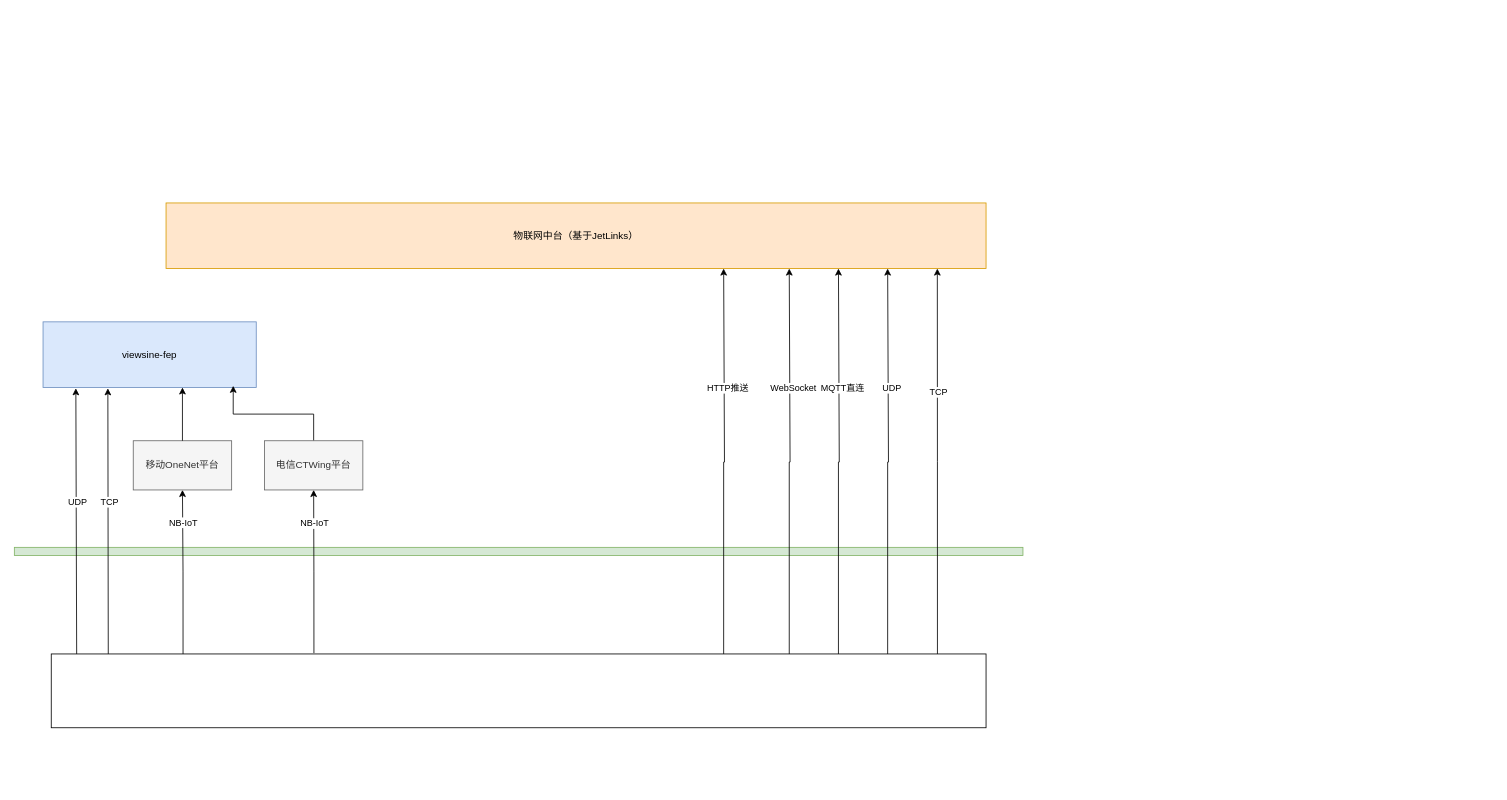
This is D20241127001.drawio from NickZhang1024/drawio-res, a draw.io file, before an edit. Source tidied: cells renumbered, new cells numbered last; positions are measured from the earlier drawing's top-left corner, leaving out a move shared by most shapes. Both pictures are drawn from the tidied source at 82%, with x=0, y=0 at pixel (14, 203).
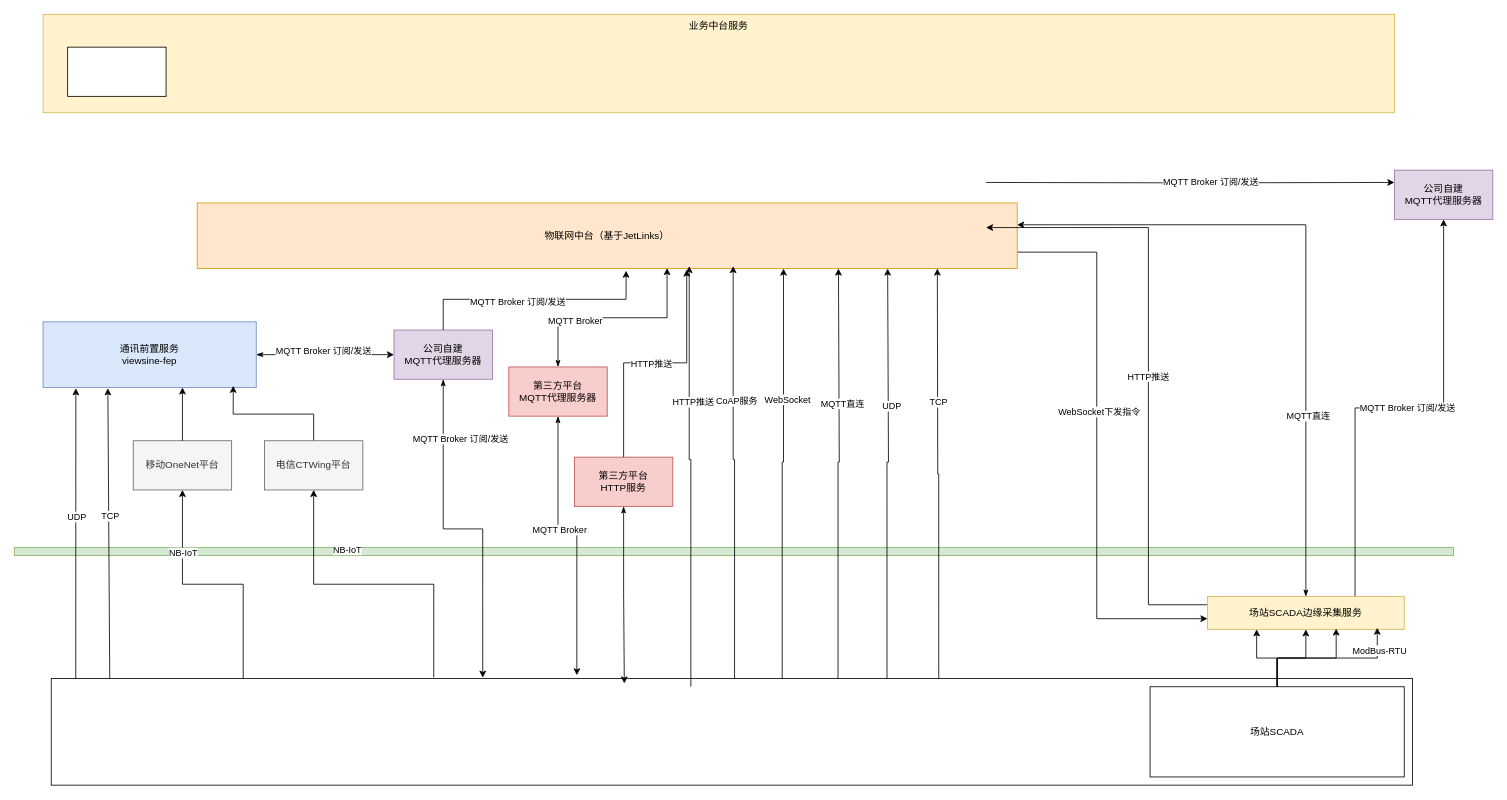
The same diagram, later.

What changed in the source:
```diff
@@
     <mxCell id="2" style="rounded=0;whiteSpace=wrap;html=1;fillColor=#d5e8d4;strokeColor=#82b366;" parent="1" vertex="1">
-      <mxGeometry y="420" width="1230" height="10" as="geometry" />
+      <mxGeometry y="420" width="1755" height="10" as="geometry" />
     </mxCell>
+    <mxCell id="29" style="edgeStyle=orthogonalEdgeStyle;rounded=0;jettySize=auto;html=1;exitX=1;exitY=0.5;exitDx=0;exitDy=0;entryX=0;entryY=0.5;entryDx=0;entryDy=0;startArrow=classicThin;startFill=1;" parent="1" edge="1" source="3" target="51">
+      <mxGeometry relative="1" as="geometry" />
+    </mxCell>
+    <mxCell id="30" value="MQTT Broker 订阅/发送" style="edgeLabel;html=1;align=center;verticalAlign=middle;" parent="29" vertex="1">
+      <mxGeometry x="-0.09" y="-3" relative="1" as="geometry">
+        <mxPoint x="5" y="-8" as="offset" />
+      </mxGeometry>
+    </mxCell>
-    <mxCell id="3" value="viewsine-fep" style="rounded=0;whiteSpace=wrap;html=1;fillColor=#dae8fc;strokeColor=#6c8ebf;" parent="1" vertex="1">
+    <mxCell id="3" value="&lt;div&gt;通讯前置服务&lt;/div&gt;viewsine-fep" style="rounded=0;whiteSpace=wrap;html=1;fillColor=#dae8fc;strokeColor=#6c8ebf;" parent="1" vertex="1">
       <mxGeometry x="35" y="145" width="260" height="80" as="geometry" />
     </mxCell>
@@
+    <mxCell id="31" style="edgeStyle=orthogonalEdgeStyle;rounded=0;orthogonalLoop=1;jettySize=auto;html=1;exitX=1;exitY=0.25;exitDx=0;exitDy=0;" parent="1" edge="1">
+      <mxGeometry relative="1" as="geometry">
+        <mxPoint x="1185" y="37" as="sourcePoint" />
+        <mxPoint x="1455" y="507" as="targetPoint" />
+        <Array as="points">
+          <mxPoint x="1185" y="60" />
+          <mxPoint x="1320" y="60" />
+          <mxPoint x="1320" y="507" />
+        </Array>
+      </mxGeometry>
+    </mxCell>
+    <mxCell id="32" value="WebSocket下发指令" style="edgeLabel;html=1;align=center;verticalAlign=middle;" parent="31" vertex="1">
+      <mxGeometry x="-0.05" y="2" relative="1" as="geometry" />
+    </mxCell>
+    <mxCell id="33" style="edgeStyle=orthogonalEdgeStyle;rounded=0;jettySize=auto;html=1;entryX=0;entryY=0.25;entryDx=0;entryDy=0;" parent="1" edge="1" target="48">
+      <mxGeometry relative="1" as="geometry">
+        <mxPoint x="1185" y="-25" as="sourcePoint" />
+      </mxGeometry>
+    </mxCell>
+    <mxCell id="34" value="MQTT Broker 订阅/发送" style="edgeLabel;html=1;align=center;verticalAlign=middle;" parent="33" vertex="1">
+      <mxGeometry x="0.1" y="1" relative="1" as="geometry" />
+    </mxCell>
     <mxCell id="13" value="物联网中台（基于JetLinks）" style="rounded=0;whiteSpace=wrap;html=1;fillColor=#ffe6cc;strokeColor=#d79b00;" parent="1" vertex="1">
-      <mxGeometry x="185" width="1000" height="80" as="geometry" />
+      <mxGeometry x="223" width="1000" height="80" as="geometry" />
     </mxCell>
-    <mxCell id="14" style="endArrow=classic;html=1;rounded=0;entryX=0.304;entryY=1.013;entryDx=0;entryDy=0;entryPerimeter=0;exitX=0.061;exitY=0;exitDx=0;exitDy=0;exitPerimeter=0;" parent="1" edge="1" source="16" target="3">
+    <mxCell id="14" style="endArrow=classic;html=1;rounded=0;entryX=0.304;entryY=1.013;entryDx=0;entryDy=0;entryPerimeter=0;exitX=0.043;exitY=0.056;exitDx=0;exitDy=0;exitPerimeter=0;" parent="1" edge="1" source="16" target="3">
       <mxGeometry relative="1" as="geometry" />
     </mxCell>
@@
-    <mxCell id="16" value="&lt;div style=&quot;direction: rtl;&quot;&gt;&lt;br&gt;&lt;/div&gt;" style="rounded=0;whiteSpace=wrap;html=1;align=left;" parent="1" vertex="1">
-      <mxGeometry x="45" y="550" width="1140" height="90" as="geometry" />
-    </mxCell>
-    <mxCell id="17" style="endArrow=classic;html=1;rounded=0;entryX=0.304;entryY=1.013;entryDx=0;entryDy=0;entryPerimeter=0;exitX=0.061;exitY=0;exitDx=0;exitDy=0;exitPerimeter=0;" parent="1" edge="1">
+    <mxCell id="17" style="endArrow=classic;html=1;rounded=0;entryX=0.304;entryY=1.013;entryDx=0;entryDy=0;entryPerimeter=0;exitX=0.018;exitY=0.083;exitDx=0;exitDy=0;exitPerimeter=0;" parent="1" edge="1" source="16">
       <mxGeometry relative="1" as="geometry">
-        <mxPoint x="76" y="550" as="sourcePoint" />
         <mxPoint x="75" y="226" as="targetPoint" />
       </mxGeometry>
     </mxCell>
@@
-    <mxCell id="19" style="edgeStyle=orthogonalEdgeStyle;rounded=0;jettySize=auto;html=1;entryX=0.472;entryY=1.038;entryDx=0;entryDy=0;entryPerimeter=0;exitX=0.948;exitY=0;exitDx=0;exitDy=0;exitPerimeter=0;" parent="1" edge="1" source="16">
+    <mxCell id="19" style="edgeStyle=orthogonalEdgeStyle;rounded=0;jettySize=auto;html=1;entryX=0.472;entryY=1.038;entryDx=0;entryDy=0;entryPerimeter=0;exitX=0.652;exitY=0.056;exitDx=0;exitDy=0;exitPerimeter=0;" parent="1" edge="1" source="16">
       <mxGeometry relative="1" as="geometry">
         <mxPoint x="1125.6" y="80" as="targetPoint" />
       </mxGeometry>
     </mxCell>
@@
-    <mxCell id="21" style="edgeStyle=orthogonalEdgeStyle;rounded=0;orthogonalLoop=1;jettySize=auto;html=1;entryX=0.474;entryY=1.013;entryDx=0;entryDy=0;entryPerimeter=0;" parent="1" edge="1">
+    <mxCell id="21" style="edgeStyle=orthogonalEdgeStyle;rounded=0;jettySize=auto;html=1;entryX=0.474;entryY=1.013;entryDx=0;entryDy=0;entryPerimeter=0;exitX=0.614;exitY=0.15;exitDx=0;exitDy=0;exitPerimeter=0;" parent="1" edge="1" source="16">
       <mxGeometry relative="1" as="geometry">
-        <mxPoint x="1065" y="550" as="sourcePoint" />
         <mxPoint x="1065" y="80" as="targetPoint" />
         <Array as="points">
-          <mxPoint x="1065" y="316" />
+          <mxPoint x="1064" y="316" />
           <mxPoint x="1066" y="316" />
         </Array>
       </mxGeometry>
     </mxCell>
@@
-    <mxCell id="23" style="edgeStyle=orthogonalEdgeStyle;rounded=0;orthogonalLoop=1;jettySize=auto;html=1;entryX=0.474;entryY=1.013;entryDx=0;entryDy=0;entryPerimeter=0;" parent="1" edge="1">
+    <mxCell id="23" style="edgeStyle=orthogonalEdgeStyle;rounded=0;jettySize=auto;html=1;entryX=0.474;entryY=1.013;entryDx=0;entryDy=0;entryPerimeter=0;exitX=0.578;exitY=0.1;exitDx=0;exitDy=0;exitPerimeter=0;" parent="1" edge="1" source="16">
       <mxGeometry relative="1" as="geometry">
-        <mxPoint x="1005" y="550" as="sourcePoint" />
         <mxPoint x="1005" y="80" as="targetPoint" />
         <Array as="points">
           <mxPoint x="1005" y="316" />
           <mxPoint x="1006" y="316" />
         </Array>
       </mxGeometry>
     </mxCell>
@@
-    <mxCell id="25" style="edgeStyle=orthogonalEdgeStyle;rounded=0;orthogonalLoop=1;jettySize=auto;html=1;entryX=0.474;entryY=1.013;entryDx=0;entryDy=0;entryPerimeter=0;" parent="1" edge="1">
+    <mxCell id="25" style="edgeStyle=orthogonalEdgeStyle;rounded=0;jettySize=auto;html=1;entryX=0.474;entryY=1.013;entryDx=0;entryDy=0;entryPerimeter=0;exitX=0.537;exitY=0.017;exitDx=0;exitDy=0;exitPerimeter=0;" parent="1" edge="1" source="16">
       <mxGeometry relative="1" as="geometry">
-        <mxPoint x="945" y="550" as="sourcePoint" />
-        <mxPoint x="945" y="80" as="targetPoint" />
+        <mxPoint x="938" y="80" as="targetPoint" />
         <Array as="points">
-          <mxPoint x="945" y="316" />
-          <mxPoint x="946" y="316" />
+          <mxPoint x="936" y="316" />
+          <mxPoint x="938" y="316" />
         </Array>
       </mxGeometry>
     </mxCell>
@@
-    <mxCell id="27" style="edgeStyle=orthogonalEdgeStyle;rounded=0;orthogonalLoop=1;jettySize=auto;html=1;entryX=0.474;entryY=1.013;entryDx=0;entryDy=0;entryPerimeter=0;" parent="1" edge="1">
+    <mxCell id="27" style="edgeStyle=orthogonalEdgeStyle;rounded=0;orthogonalLoop=1;jettySize=auto;html=1;entryX=0.474;entryY=1.013;entryDx=0;entryDy=0;entryPerimeter=0;exitX=0.495;exitY=0.1;exitDx=0;exitDy=0;exitPerimeter=0;" parent="1" edge="1">
       <mxGeometry relative="1" as="geometry">
-        <mxPoint x="865" y="550" as="sourcePoint" />
-        <mxPoint x="865" y="80" as="targetPoint" />
+        <mxPoint x="878.3" y="590" as="sourcePoint" />
+        <mxPoint x="876.6" y="77" as="targetPoint" />
         <Array as="points">
-          <mxPoint x="865" y="316" />
-          <mxPoint x="866" y="316" />
+          <mxPoint x="878.6" y="313" />
+          <mxPoint x="876.6" y="313" />
         </Array>
       </mxGeometry>
     </mxCell>
-    <mxCell id="28" value="HTTP推送" style="edgeLabel;html=1;align=center;verticalAlign=middle;" parent="27" vertex="1">
+    <mxCell id="28" value="CoAP服务" style="edgeLabel;html=1;align=center;verticalAlign=middle;" parent="27" vertex="1">
       <mxGeometry x="0.15" y="-4" relative="1" as="geometry">
         <mxPoint y="-54" as="offset" />
       </mxGeometry>
     </mxCell>
+    <mxCell id="35" style="edgeStyle=orthogonalEdgeStyle;rounded=0;orthogonalLoop=1;jettySize=auto;html=1;entryX=1;entryY=0.5;entryDx=0;entryDy=0;" parent="1" edge="1">
+      <mxGeometry relative="1" as="geometry">
+        <mxPoint x="1455" y="490" as="sourcePoint" />
+        <mxPoint x="1185" y="30" as="targetPoint" />
+        <Array as="points">
+          <mxPoint x="1383" y="490" />
+          <mxPoint x="1383" y="30" />
+        </Array>
+      </mxGeometry>
+    </mxCell>
+    <mxCell id="36" value="HTTP推送" style="edgeLabel;html=1;align=center;verticalAlign=middle;" parent="35" vertex="1">
+      <mxGeometry x="0.17" y="1" relative="1" as="geometry">
+        <mxPoint y="76" as="offset" />
+      </mxGeometry>
+    </mxCell>
+    <mxCell id="37" style="edgeStyle=orthogonalEdgeStyle;rounded=0;jettySize=auto;html=1;exitX=0.75;exitY=0;exitDx=0;exitDy=0;" parent="1" edge="1" source="39" target="48">
+      <mxGeometry relative="1" as="geometry" />
+    </mxCell>
+    <mxCell id="38" value="MQTT Broker 订阅/发送" style="edgeLabel;html=1;align=center;verticalAlign=middle;" parent="37" vertex="1">
+      <mxGeometry x="0.03" y="1" relative="1" as="geometry" />
+    </mxCell>
+    <mxCell id="39" value="场站SCADA边缘采集服务" style="rounded=0;whiteSpace=wrap;html=1;fillColor=#fff2cc;strokeColor=#d6b656;" parent="1" vertex="1">
+      <mxGeometry x="1455" y="480" width="240" height="40" as="geometry" />
+    </mxCell>
+    <mxCell id="16" value="&lt;div style=&quot;direction: rtl;&quot;&gt;&lt;br&gt;&lt;/div&gt;" style="rounded=0;whiteSpace=wrap;html=1;align=left;" parent="1" vertex="1">
+      <mxGeometry x="45" y="580" width="1660" height="130" as="geometry" />
+    </mxCell>
+    <mxCell id="40" style="edgeStyle=orthogonalEdgeStyle;rounded=0;jettySize=auto;html=1;entryX=0.863;entryY=0.95;entryDx=0;entryDy=0;entryPerimeter=0;" parent="1" edge="1" source="43" target="39">
+      <mxGeometry relative="1" as="geometry" />
+    </mxCell>
+    <mxCell id="41" value="ModBus-RTU" style="edgeLabel;html=1;align=center;verticalAlign=middle;" parent="40" vertex="1">
+      <mxGeometry x="0.72" y="-2" relative="1" as="geometry" />
+    </mxCell>
+    <mxCell id="42" style="edgeStyle=orthogonalEdgeStyle;rounded=0;jettySize=auto;html=1;entryX=0.25;entryY=1;entryDx=0;entryDy=0;" parent="1" edge="1" source="43" target="39">
+      <mxGeometry relative="1" as="geometry" />
+    </mxCell>
+    <mxCell id="43" value="场站SCADA" style="rounded=0;whiteSpace=wrap;html=1;" parent="1" vertex="1">
+      <mxGeometry x="1385" y="590" width="310" height="110" as="geometry" />
+    </mxCell>
+    <mxCell id="44" style="edgeStyle=orthogonalEdgeStyle;rounded=0;jettySize=auto;html=1;entryX=0.654;entryY=0.975;entryDx=0;entryDy=0;entryPerimeter=0;" parent="1" edge="1" source="43" target="39">
+      <mxGeometry relative="1" as="geometry" />
+    </mxCell>
+    <mxCell id="45" style="edgeStyle=orthogonalEdgeStyle;rounded=0;jettySize=auto;html=1;" parent="1" edge="1" source="43" target="39">
+      <mxGeometry relative="1" as="geometry" />
+    </mxCell>
+    <mxCell id="46" style="edgeStyle=orthogonalEdgeStyle;rounded=0;jettySize=auto;html=1;entryX=1;entryY=0.333;entryDx=0;entryDy=0;entryPerimeter=0;exitX=0.5;exitY=0;exitDx=0;exitDy=0;startArrow=classicThin;startFill=1;" parent="1" edge="1" source="39" target="13">
+      <mxGeometry relative="1" as="geometry" />
+    </mxCell>
+    <mxCell id="47" value="MQTT直连" style="edgeLabel;html=1;align=center;verticalAlign=middle;" parent="46" vertex="1">
+      <mxGeometry x="-0.45" y="-2" relative="1" as="geometry" />
+    </mxCell>
+    <mxCell id="48" value="公司自建&lt;div&gt;MQTT代理服务器&lt;/div&gt;" style="rounded=0;whiteSpace=wrap;html=1;fillColor=#e1d5e7;strokeColor=#9673a6;" parent="1" vertex="1">
+      <mxGeometry x="1683" y="-40" width="120" height="60" as="geometry" />
+    </mxCell>
+    <mxCell id="49" style="edgeStyle=orthogonalEdgeStyle;rounded=0;orthogonalLoop=1;jettySize=auto;html=1;entryX=0.474;entryY=1.013;entryDx=0;entryDy=0;entryPerimeter=0;exitX=0.495;exitY=0.1;exitDx=0;exitDy=0;exitPerimeter=0;" parent="1" edge="1">
+      <mxGeometry relative="1" as="geometry">
+        <mxPoint x="825" y="590" as="sourcePoint" />
+        <mxPoint x="823" y="77" as="targetPoint" />
+        <Array as="points">
+          <mxPoint x="825" y="313" />
+          <mxPoint x="823" y="313" />
+        </Array>
+      </mxGeometry>
+    </mxCell>
+    <mxCell id="50" value="HTTP推送" style="edgeLabel;html=1;align=center;verticalAlign=middle;" parent="49" vertex="1">
+      <mxGeometry x="0.15" y="-4" relative="1" as="geometry">
+        <mxPoint y="-54" as="offset" />
+      </mxGeometry>
+    </mxCell>
+    <mxCell id="51" value="公司自建&lt;div&gt;MQTT代理服务器&lt;/div&gt;" style="rounded=0;whiteSpace=wrap;html=1;fillColor=#e1d5e7;strokeColor=#9673a6;" parent="1" vertex="1">
+      <mxGeometry x="463" y="155" width="120" height="60" as="geometry" />
+    </mxCell>
+    <mxCell id="52" style="edgeStyle=orthogonalEdgeStyle;rounded=0;jettySize=auto;html=1;entryX=0.317;entryY=-0.008;entryDx=0;entryDy=0;entryPerimeter=0;startArrow=classicThin;startFill=1;" parent="1" edge="1" source="51" target="16">
+      <mxGeometry relative="1" as="geometry" />
+    </mxCell>
+    <mxCell id="53" value="MQTT Broker 订阅/发送" style="edgeLabel;html=1;align=center;verticalAlign=middle;" parent="52" vertex="1">
+      <mxGeometry x="-0.76" y="1" relative="1" as="geometry">
+        <mxPoint x="19" y="23" as="offset" />
+      </mxGeometry>
+    </mxCell>
+    <mxCell id="54" style="edgeStyle=orthogonalEdgeStyle;rounded=0;jettySize=auto;html=1;entryX=0.523;entryY=1.033;entryDx=0;entryDy=0;entryPerimeter=0;" parent="1" edge="1" source="51" target="13">
+      <mxGeometry relative="1" as="geometry" />
+    </mxCell>
+    <mxCell id="55" value="MQTT Broker 订阅/发送" style="edgeLabel;html=1;align=center;verticalAlign=middle;" parent="54" vertex="1">
+      <mxGeometry x="-0.13" y="-2" relative="1" as="geometry">
+        <mxPoint y="1" as="offset" />
+      </mxGeometry>
+    </mxCell>
+    <mxCell id="56" value="第三方平台&lt;div&gt;MQTT代理服务器&lt;/div&gt;" style="rounded=0;whiteSpace=wrap;html=1;fillColor=#f8cecc;strokeColor=#b85450;" parent="1" vertex="1">
+      <mxGeometry x="603" y="200" width="120" height="60" as="geometry" />
+    </mxCell>
+    <mxCell id="57" style="edgeStyle=orthogonalEdgeStyle;rounded=0;jettySize=auto;html=1;entryX=0.573;entryY=0.992;entryDx=0;entryDy=0;entryPerimeter=0;startArrow=classicThin;startFill=1;" parent="1" edge="1" source="56" target="13">
+      <mxGeometry relative="1" as="geometry" />
+    </mxCell>
+    <mxCell id="58" value="MQTT Broker" style="edgeLabel;html=1;align=center;verticalAlign=middle;" parent="57" vertex="1">
+      <mxGeometry x="-0.37" y="-3" relative="1" as="geometry" />
+    </mxCell>
+    <mxCell id="59" style="edgeStyle=orthogonalEdgeStyle;rounded=0;jettySize=auto;html=1;startArrow=classicThin;startFill=1;" parent="1" edge="1" source="56">
+      <mxGeometry relative="1" as="geometry">
+        <mxPoint x="686" y="576" as="targetPoint" />
+        <Array as="points">
+          <mxPoint x="663" y="400" />
+          <mxPoint x="686" y="400" />
+        </Array>
+      </mxGeometry>
+    </mxCell>
+    <mxCell id="60" value="MQTT Broker" style="edgeLabel;html=1;align=center;verticalAlign=middle;" parent="59" vertex="1">
+      <mxGeometry x="-0.17" y="2" relative="1" as="geometry" />
+    </mxCell>
+    <mxCell id="61" value="第三方平台&lt;div&gt;HTTP服务&lt;/div&gt;" style="rounded=0;whiteSpace=wrap;html=1;fillColor=#f8cecc;strokeColor=#b85450;" parent="1" vertex="1">
+      <mxGeometry x="683" y="310" width="120" height="60" as="geometry" />
+    </mxCell>
+    <mxCell id="62" style="edgeStyle=orthogonalEdgeStyle;rounded=0;jettySize=auto;html=1;entryX=0.597;entryY=1.017;entryDx=0;entryDy=0;entryPerimeter=0;" parent="1" edge="1" source="61" target="13">
+      <mxGeometry relative="1" as="geometry" />
+    </mxCell>
+    <mxCell id="63" value="HTTP推送" style="edgeLabel;html=1;align=center;verticalAlign=middle;" parent="62" vertex="1">
+      <mxGeometry x="-0.03" y="-1" relative="1" as="geometry" />
+    </mxCell>
+    <mxCell id="64" style="edgeStyle=orthogonalEdgeStyle;rounded=0;jettySize=auto;html=1;entryX=0.421;entryY=0.046;entryDx=0;entryDy=0;entryPerimeter=0;startArrow=classicThin;startFill=1;" parent="1" edge="1" source="61" target="16">
+      <mxGeometry relative="1" as="geometry" />
+    </mxCell>
+    <mxCell id="65" value="业务中台服务" style="rounded=0;whiteSpace=wrap;html=1;fillColor=#fff2cc;strokeColor=#d6b656;verticalAlign=top;" parent="1" vertex="1">
+      <mxGeometry x="35" y="-230" width="1648" height="120" as="geometry" />
+    </mxCell>
+    <mxCell id="66" style="rounded=0;whiteSpace=wrap;html=1;" parent="1" vertex="1">
+      <mxGeometry x="65" y="-190" width="120" height="60" as="geometry" />
+    </mxCell>
```
